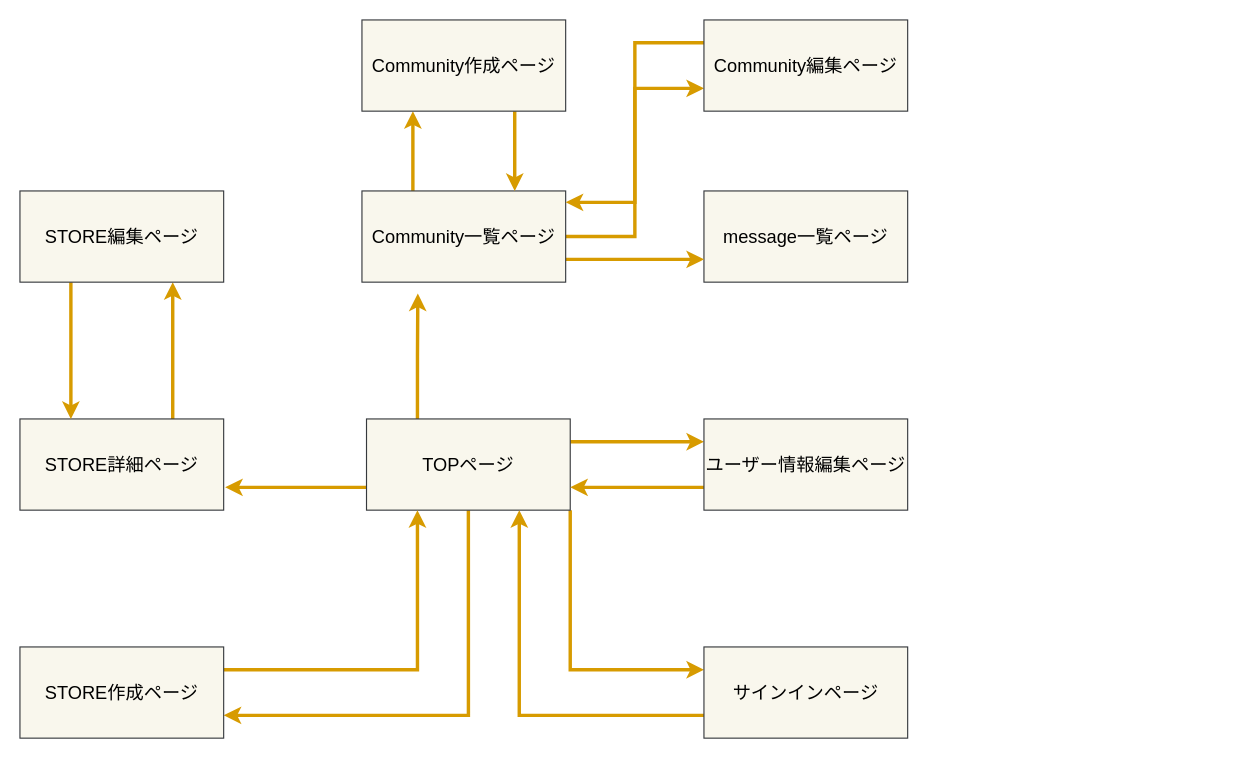
Above: local-eating(map).dio in fujiidan/local-eating (draw.io), before the change. Source tidied: cells renumbered, new cells numbered last; positions are measured from the earlier drawing's top-left corner, leaving out a move shared by most shapes. Both pictures are drawn from the tidied source at 114%, with x=0, y=0 at pixel (19, 19).
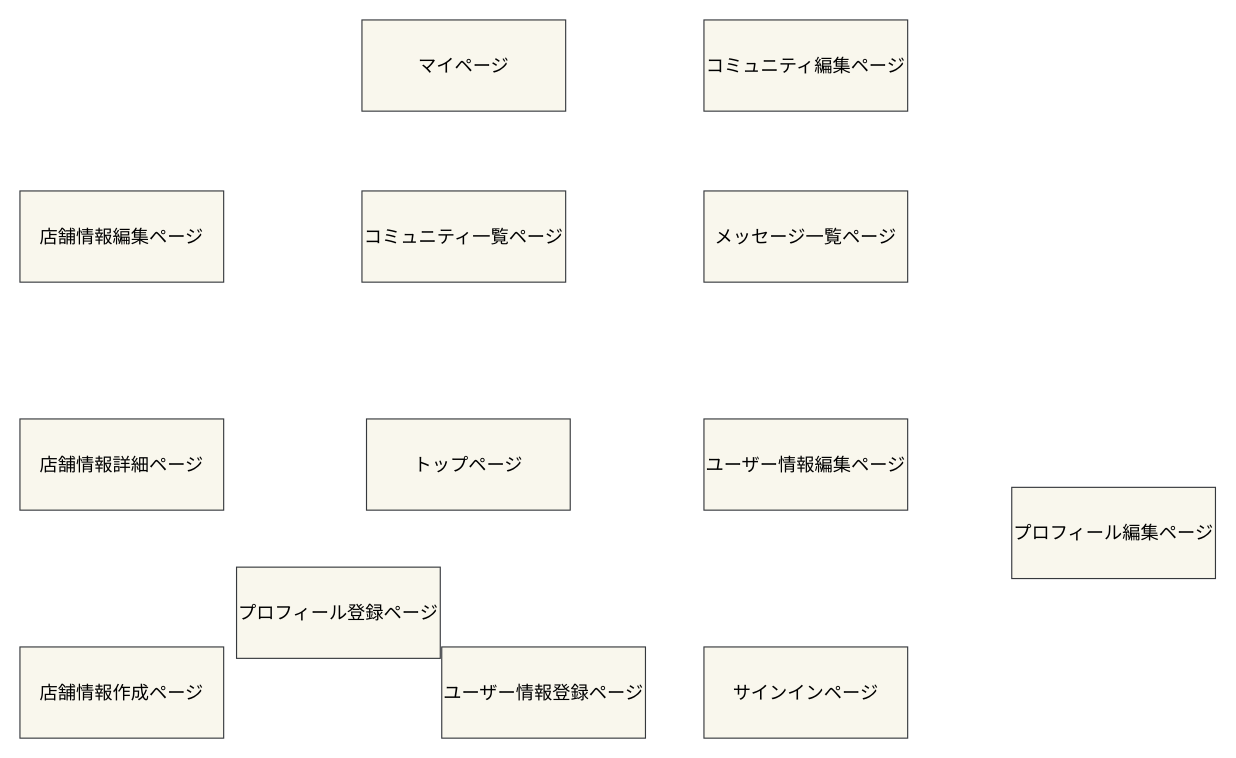
After the change.

Commit message (it also covers changes not shown here):
画面遷移図、ER図作成

Unchanged cells that the change refers to:
```xml
<mxCell id="10" value="ユーザー情報編集ページ" style="rounded=0;whiteSpace=wrap;html=1;fillColor=#f9f7ed;strokeColor=#36393d;fontColor=#000000;fontSize=16;" parent="1" vertex="1">
  <mxGeometry x="600" y="350" width="178.7" height="80" as="geometry" />
</mxCell>
<mxCell id="18" value="サインインページ" style="rounded=0;whiteSpace=wrap;html=1;fillColor=#f9f7ed;strokeColor=#36393d;fontColor=#000000;fontSize=16;" parent="1" vertex="1">
  <mxGeometry x="600" y="550" width="178.7" height="80" as="geometry" />
</mxCell>
```

What changed in the source:
```diff
@@
-<mxGraphModel>
+<mxGraphModel background="#FFFFFF">
@@
-    <mxCell id="2" value="message一覧ページ" style="rounded=0;whiteSpace=wrap;html=1;fillColor=#f9f7ed;strokeColor=#36393d;fontColor=#000000;fontSize=16;" parent="1" vertex="1">
+    <mxCell id="2" value="メッセージ一覧ページ" style="rounded=0;whiteSpace=wrap;html=1;fillColor=#f9f7ed;strokeColor=#36393d;fontColor=#000000;fontSize=16;" parent="1" vertex="1">
       <mxGeometry x="600" y="150" width="178.7" height="80" as="geometry" />
     </mxCell>
-    <mxCell id="3" style="edgeStyle=orthogonalEdgeStyle;rounded=0;jettySize=auto;html=1;exitX=1;exitY=0.25;exitDx=0;exitDy=0;entryX=0;entryY=0.25;entryDx=0;entryDy=0;strokeWidth=3;fontSize=16;fontColor=#000000;gradientColor=#ffa500;fillColor=#ffcd28;strokeColor=#d79b00;" parent="1" edge="1" source="8" target="10">
-      <mxGeometry relative="1" as="geometry" />
-    </mxCell>
-    <mxCell id="4" style="edgeStyle=orthogonalEdgeStyle;rounded=0;jettySize=auto;html=1;exitX=1;exitY=1;exitDx=0;exitDy=0;entryX=0;entryY=0.25;entryDx=0;entryDy=0;strokeWidth=3;fontSize=16;fontColor=#000000;gradientColor=#ffa500;fillColor=#ffcd28;strokeColor=#d79b00;" parent="1" edge="1" source="8" target="18">
-      <mxGeometry relative="1" as="geometry" />
-    </mxCell>
-    <mxCell id="5" style="edgeStyle=orthogonalEdgeStyle;rounded=0;jettySize=auto;html=1;exitX=0.5;exitY=1;exitDx=0;exitDy=0;entryX=1;entryY=0.75;entryDx=0;entryDy=0;strokeWidth=3;fontSize=16;fontColor=#000000;gradientColor=#ffa500;fillColor=#ffcd28;strokeColor=#d79b00;" parent="1" edge="1" source="8" target="20">
-      <mxGeometry relative="1" as="geometry" />
-    </mxCell>
-    <mxCell id="6" style="edgeStyle=orthogonalEdgeStyle;rounded=0;jettySize=auto;html=1;exitX=0;exitY=0.75;exitDx=0;exitDy=0;strokeWidth=3;fontSize=16;fontColor=#000000;gradientColor=#ffa500;fillColor=#ffcd28;strokeColor=#d79b00;" parent="1" edge="1" source="8">
-      <mxGeometry relative="1" as="geometry">
-        <mxPoint x="180" y="410" as="targetPoint" />
-      </mxGeometry>
-    </mxCell>
-    <mxCell id="7" style="edgeStyle=orthogonalEdgeStyle;rounded=0;jettySize=auto;html=1;exitX=0.25;exitY=0;exitDx=0;exitDy=0;strokeWidth=3;fontSize=16;fontColor=#000000;gradientColor=#ffa500;fillColor=#ffcd28;strokeColor=#d79b00;" parent="1" edge="1" source="8">
-      <mxGeometry relative="1" as="geometry">
-        <mxPoint x="349" y="240" as="targetPoint" />
-      </mxGeometry>
-    </mxCell>
-    <mxCell id="8" value="TOPページ" style="rounded=0;whiteSpace=wrap;html=1;fillColor=#f9f7ed;strokeColor=#36393d;fontColor=#000000;fontSize=16;" parent="1" vertex="1">
+    <mxCell id="8" value="トップページ" style="rounded=0;whiteSpace=wrap;html=1;fillColor=#f9f7ed;strokeColor=#36393d;fontColor=#000000;fontSize=16;" parent="1" vertex="1">
       <mxGeometry x="304" y="350" width="178.7" height="80" as="geometry" />
     </mxCell>
-    <mxCell id="9" style="edgeStyle=orthogonalEdgeStyle;rounded=0;jettySize=auto;html=1;exitX=0;exitY=0.75;exitDx=0;exitDy=0;entryX=1;entryY=0.75;entryDx=0;entryDy=0;strokeWidth=3;fontSize=16;fontColor=#000000;gradientColor=#ffa500;fillColor=#ffcd28;strokeColor=#d79b00;" parent="1" edge="1" source="10" target="8">
-      <mxGeometry relative="1" as="geometry" />
-    </mxCell>
@@
-    <mxCell id="11" style="edgeStyle=orthogonalEdgeStyle;rounded=0;jettySize=auto;html=1;exitX=0.75;exitY=0;exitDx=0;exitDy=0;entryX=0.75;entryY=1;entryDx=0;entryDy=0;strokeWidth=3;fontSize=16;fontColor=#000000;gradientColor=#ffa500;fillColor=#ffcd28;strokeColor=#d79b00;" parent="1" edge="1" source="12" target="22">
-      <mxGeometry relative="1" as="geometry" />
-    </mxCell>
-    <mxCell id="12" value="STORE詳細ページ" style="rounded=0;whiteSpace=wrap;html=1;fillColor=#f9f7ed;strokeColor=#36393d;fontColor=#000000;fontSize=16;" parent="1" vertex="1">
+    <mxCell id="12" value="店舗情報詳細ページ" style="rounded=0;whiteSpace=wrap;html=1;fillColor=#f9f7ed;strokeColor=#36393d;fontColor=#000000;fontSize=16;" parent="1" vertex="1">
       <mxGeometry y="350" width="178.7" height="80" as="geometry" />
     </mxCell>
-    <mxCell id="13" style="edgeStyle=orthogonalEdgeStyle;rounded=0;jettySize=auto;html=1;exitX=0.25;exitY=0;exitDx=0;exitDy=0;entryX=0.25;entryY=1;entryDx=0;entryDy=0;strokeWidth=3;fillColor=#ffcd28;strokeColor=#d79b00;gradientColor=#ffa500;" parent="1" edge="1" source="16" target="24">
-      <mxGeometry relative="1" as="geometry" />
-    </mxCell>
-    <mxCell id="14" style="edgeStyle=orthogonalEdgeStyle;rounded=0;jettySize=auto;html=1;exitX=1;exitY=0.75;exitDx=0;exitDy=0;entryX=0;entryY=0.75;entryDx=0;entryDy=0;strokeWidth=3;fillColor=#ffe6cc;strokeColor=#d79b00;" parent="1" edge="1" source="16" target="2">
-      <mxGeometry relative="1" as="geometry" />
-    </mxCell>
-    <mxCell id="15" style="edgeStyle=orthogonalEdgeStyle;rounded=0;jettySize=auto;html=1;exitX=1;exitY=0.5;exitDx=0;exitDy=0;entryX=0;entryY=0.75;entryDx=0;entryDy=0;strokeWidth=3;gradientColor=#ffa500;fillColor=#ffcd28;strokeColor=#d79b00;" parent="1" edge="1" source="16" target="26">
-      <mxGeometry relative="1" as="geometry" />
-    </mxCell>
-    <mxCell id="16" value="Community一覧ページ" style="rounded=0;whiteSpace=wrap;html=1;fillColor=#f9f7ed;strokeColor=#36393d;fontColor=#000000;fontSize=16;" parent="1" vertex="1">
+    <mxCell id="16" value="コミュニティ一覧ページ" style="rounded=0;whiteSpace=wrap;html=1;fillColor=#f9f7ed;strokeColor=#36393d;fontColor=#000000;fontSize=16;" parent="1" vertex="1">
       <mxGeometry x="300" y="150" width="178.7" height="80" as="geometry" />
     </mxCell>
-    <mxCell id="17" style="edgeStyle=orthogonalEdgeStyle;rounded=0;jettySize=auto;html=1;exitX=0;exitY=0.75;exitDx=0;exitDy=0;entryX=0.75;entryY=1;entryDx=0;entryDy=0;strokeWidth=3;fontSize=16;fontColor=#000000;gradientColor=#ffa500;fillColor=#ffcd28;strokeColor=#d79b00;" parent="1" edge="1" source="18" target="8">
-      <mxGeometry relative="1" as="geometry" />
-    </mxCell>
@@
-    <mxCell id="19" style="edgeStyle=orthogonalEdgeStyle;rounded=0;jettySize=auto;html=1;exitX=1;exitY=0.25;exitDx=0;exitDy=0;entryX=0.25;entryY=1;entryDx=0;entryDy=0;strokeWidth=3;fontSize=16;fontColor=#000000;gradientColor=#ffa500;fillColor=#ffcd28;strokeColor=#d79b00;" parent="1" edge="1" source="20" target="8">
-      <mxGeometry relative="1" as="geometry" />
-    </mxCell>
-    <mxCell id="20" value="STORE作成ページ" style="rounded=0;whiteSpace=wrap;html=1;fillColor=#f9f7ed;strokeColor=#36393d;fontColor=#000000;fontSize=16;" parent="1" vertex="1">
+    <mxCell id="20" value="店舗情報作成ページ" style="rounded=0;whiteSpace=wrap;html=1;fillColor=#f9f7ed;strokeColor=#36393d;fontColor=#000000;fontSize=16;" parent="1" vertex="1">
       <mxGeometry y="550" width="178.7" height="80" as="geometry" />
     </mxCell>
-    <mxCell id="21" style="edgeStyle=orthogonalEdgeStyle;rounded=0;jettySize=auto;html=1;exitX=0.25;exitY=1;exitDx=0;exitDy=0;entryX=0.25;entryY=0;entryDx=0;entryDy=0;strokeWidth=3;fontSize=16;fontColor=#000000;gradientColor=#ffa500;fillColor=#ffcd28;strokeColor=#d79b00;" parent="1" edge="1" source="22" target="12">
-      <mxGeometry relative="1" as="geometry" />
-    </mxCell>
-    <mxCell id="22" value="STORE編集ページ" style="rounded=0;whiteSpace=wrap;html=1;fillColor=#f9f7ed;strokeColor=#36393d;fontColor=#000000;fontSize=16;" parent="1" vertex="1">
+    <mxCell id="22" value="店舗情報編集ページ" style="rounded=0;whiteSpace=wrap;html=1;fillColor=#f9f7ed;strokeColor=#36393d;fontColor=#000000;fontSize=16;" parent="1" vertex="1">
       <mxGeometry y="150" width="178.7" height="80" as="geometry" />
     </mxCell>
-    <mxCell id="23" style="edgeStyle=orthogonalEdgeStyle;rounded=0;jettySize=auto;html=1;exitX=0.75;exitY=1;exitDx=0;exitDy=0;entryX=0.75;entryY=0;entryDx=0;entryDy=0;strokeWidth=3;gradientColor=#ffa500;fillColor=#ffcd28;strokeColor=#d79b00;" parent="1" edge="1" source="24" target="16">
-      <mxGeometry relative="1" as="geometry" />
-    </mxCell>
-    <mxCell id="24" value="Community作成ページ" style="rounded=0;whiteSpace=wrap;html=1;fillColor=#f9f7ed;strokeColor=#36393d;fontColor=#000000;fontSize=16;" parent="1" vertex="1">
+    <mxCell id="24" value="マイページ" style="rounded=0;whiteSpace=wrap;html=1;fillColor=#f9f7ed;strokeColor=#36393d;fontColor=#000000;fontSize=16;" parent="1" vertex="1">
       <mxGeometry x="300" width="178.7" height="80" as="geometry" />
     </mxCell>
+    <mxCell id="26" value="コミュニティ編集ページ" style="rounded=0;whiteSpace=wrap;html=1;fillColor=#f9f7ed;strokeColor=#36393d;fontColor=#000000;fontSize=16;" parent="1" vertex="1">
+      <mxGeometry x="600" width="178.7" height="80" as="geometry" />
+    </mxCell>
-    <mxCell id="25" style="edgeStyle=orthogonalEdgeStyle;rounded=0;jettySize=auto;html=1;exitX=0;exitY=0.25;exitDx=0;exitDy=0;entryX=1;entryY=0.125;entryDx=0;entryDy=0;entryPerimeter=0;strokeWidth=3;gradientColor=#ffa500;fillColor=#ffcd28;strokeColor=#d79b00;" parent="1" edge="1" source="26" target="16">
-      <mxGeometry relative="1" as="geometry" />
+    <mxCell id="25" value="ユーザー情報登録ページ" style="rounded=0;whiteSpace=wrap;html=1;fillColor=#f9f7ed;strokeColor=#36393d;fontColor=#000000;fontSize=16;" parent="1" vertex="1">
+      <mxGeometry x="370" y="550" width="178.7" height="80" as="geometry" />
     </mxCell>
-    <mxCell id="26" value="Community編集ページ" style="rounded=0;whiteSpace=wrap;html=1;fillColor=#f9f7ed;strokeColor=#36393d;fontColor=#000000;fontSize=16;" parent="1" vertex="1">
-      <mxGeometry x="600" width="178.7" height="80" as="geometry" />
-    </mxCell>
+    <mxCell id="27" value="プロフィール編集ページ" style="rounded=0;whiteSpace=wrap;html=1;fillColor=#f9f7ed;strokeColor=#36393d;fontColor=#000000;fontSize=16;" parent="1" vertex="1">
+      <mxGeometry x="870" y="410" width="178.7" height="80" as="geometry" />
+    </mxCell>
+    <mxCell id="28" value="プロフィール登録ページ" style="rounded=0;whiteSpace=wrap;html=1;fillColor=#f9f7ed;strokeColor=#36393d;fontColor=#000000;fontSize=16;" parent="1" vertex="1">
+      <mxGeometry x="190" y="480" width="178.7" height="80" as="geometry" />
+    </mxCell>
```
